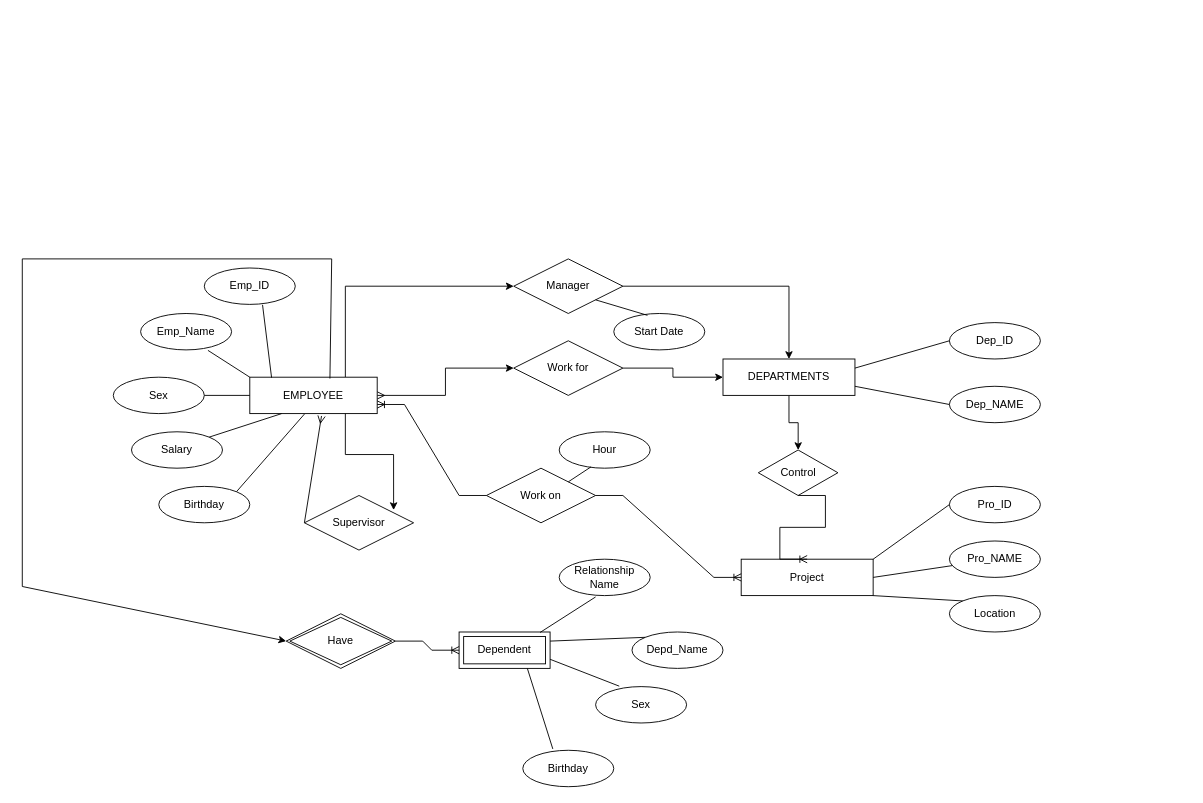
This is Biểu đồ không có tiêu đề.drawio from QuanTran05/ERD, a draw.io file, before an edit. Source tidied: cells renumbered, new cells numbered last; positions are measured from the earlier drawing's top-left corner, leaving out a move shared by most shapes. Both pictures are drawn from the tidied source at 91%, with x=0, y=0 at pixel (22, 258).
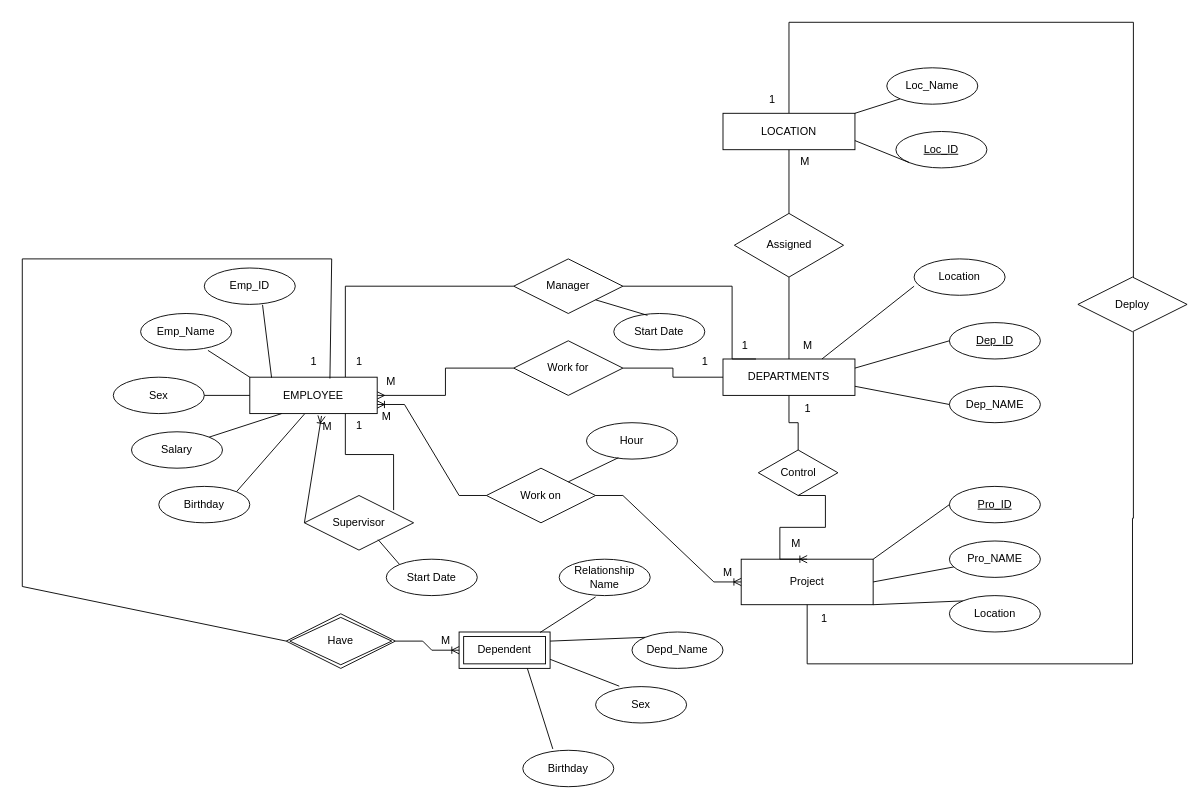
After the change.

Unchanged cells that the change refers to:
```xml
<mxCell id="3" value="DEPARTMENTS" style="whiteSpace=wrap;html=1;align=center;fontStyle=0;" parent="1" vertex="1">
  <mxGeometry x="770" y="110" width="145" height="40" as="geometry" />
</mxCell>
<mxCell id="8" value="EMPLOYEE" style="Entity;whiteSpace=wrap;html=1;align=center;fontStyle=0;" parent="1" vertex="1">
  <mxGeometry x="250" y="130" width="140" height="40" as="geometry" />
</mxCell>
<mxCell id="11" value="Control" style="shape=rhombus;perimeter=rhombusPerimeter;whiteSpace=wrap;html=1;align=center;strokeColor=default;verticalAlign=middle;fontFamily=Helvetica;fontSize=12;fontColor=default;fillColor=default;fontStyle=0;" parent="1" vertex="1">
  <mxGeometry x="808.8" y="210" width="87.5" height="50" as="geometry" />
</mxCell>
<mxCell id="33" value="Work for" style="shape=rhombus;perimeter=rhombusPerimeter;whiteSpace=wrap;html=1;align=center;strokeColor=default;verticalAlign=middle;fontFamily=Helvetica;fontSize=12;fontColor=default;fillColor=default;fontStyle=0;" parent="1" vertex="1">
  <mxGeometry x="540" y="90" width="120" height="60" as="geometry" />
</mxCell>
<mxCell id="44" value="Supervisor" style="shape=rhombus;perimeter=rhombusPerimeter;whiteSpace=wrap;html=1;align=center;fontStyle=0;" parent="1" vertex="1">
  <mxGeometry x="310" y="260" width="120" height="60" as="geometry" />
</mxCell>
<mxCell id="46" value="Have" style="shape=rhombus;double=1;perimeter=rhombusPerimeter;whiteSpace=wrap;html=1;align=center;" parent="1" vertex="1">
  <mxGeometry x="290" y="390" width="120" height="60" as="geometry" />
</mxCell>
<mxCell id="49" value="Manager" style="shape=rhombus;perimeter=rhombusPerimeter;whiteSpace=wrap;html=1;align=center;" parent="1" vertex="1">
  <mxGeometry x="540" width="120" height="60" as="geometry" />
</mxCell>
```

Diff of the diagram source:
```diff
@@
-    <mxCell id="2" style="edgeStyle=orthogonalEdgeStyle;rounded=0;jettySize=auto;html=1;" parent="1" edge="1" source="3" target="11">
+    <mxCell id="2" style="edgeStyle=orthogonalEdgeStyle;rounded=0;jettySize=auto;html=1;endArrow=none;startFill=0;" parent="1" edge="1" source="3" target="11">
       <mxGeometry relative="1" as="geometry" />
     </mxCell>
@@
-    <mxCell id="5" value="Dep_ID" style="ellipse;whiteSpace=wrap;html=1;align=center;fontStyle=0;" parent="1" vertex="1">
+    <mxCell id="5" value="&lt;u&gt;Dep_ID&lt;/u&gt;" style="ellipse;whiteSpace=wrap;html=1;align=center;fontStyle=0;" parent="1" vertex="1">
       <mxGeometry x="1018.8" y="70" width="100" height="40" as="geometry" />
     </mxCell>
-    <mxCell id="6" style="edgeStyle=orthogonalEdgeStyle;rounded=0;jettySize=auto;html=1;entryX=0;entryY=0.5;entryDx=0;entryDy=0;startArrow=ERmany;startFill=0;" parent="1" edge="1" source="8" target="33">
+    <mxCell id="6" style="edgeStyle=orthogonalEdgeStyle;rounded=0;jettySize=auto;html=1;entryX=0;entryY=0.5;entryDx=0;entryDy=0;startArrow=ERmany;startFill=0;endArrow=none;" parent="1" edge="1" source="8" target="33">
       <mxGeometry relative="1" as="geometry" />
     </mxCell>
-    <mxCell id="7" style="edgeStyle=orthogonalEdgeStyle;rounded=0;jettySize=auto;html=1;exitX=0.75;exitY=0;exitDx=0;exitDy=0;entryX=0;entryY=0.5;entryDx=0;entryDy=0;" parent="1" edge="1" source="8" target="49">
+    <mxCell id="7" style="edgeStyle=orthogonalEdgeStyle;rounded=0;jettySize=auto;html=1;exitX=0.75;exitY=0;exitDx=0;exitDy=0;entryX=0;entryY=0.5;entryDx=0;entryDy=0;endArrow=none;startFill=0;" parent="1" edge="1" source="8" target="49">
       <mxGeometry relative="1" as="geometry" />
     </mxCell>
@@
     <mxCell id="12" value="Project" style="whiteSpace=wrap;html=1;align=center;fontStyle=0;" parent="1" vertex="1">
-      <mxGeometry x="790" y="330" width="145" height="40" as="geometry" />
+      <mxGeometry x="790" y="330" width="145" height="50" as="geometry" />
     </mxCell>
-    <mxCell id="13" value="Pro_ID" style="ellipse;whiteSpace=wrap;html=1;align=center;fontStyle=0;" parent="1" vertex="1">
+    <mxCell id="13" value="&lt;u&gt;Pro_ID&lt;/u&gt;" style="ellipse;whiteSpace=wrap;html=1;align=center;fontStyle=0;" parent="1" vertex="1">
       <mxGeometry x="1018.8" y="250" width="100" height="40" as="geometry" />
     </mxCell>
@@
     <mxCell id="30" value="Hour" style="ellipse;whiteSpace=wrap;html=1;align=center;strokeColor=default;verticalAlign=middle;fontFamily=Helvetica;fontSize=12;fontColor=default;fillColor=default;fontStyle=0;" parent="1" vertex="1">
-      <mxGeometry x="590" y="190" width="100" height="40" as="geometry" />
+      <mxGeometry x="620" y="180" width="100" height="40" as="geometry" />
     </mxCell>
@@
-    <mxCell id="32" style="edgeStyle=orthogonalEdgeStyle;rounded=0;jettySize=auto;html=1;entryX=0;entryY=0.5;entryDx=0;entryDy=0;" parent="1" edge="1" source="33" target="3">
+    <mxCell id="32" style="edgeStyle=orthogonalEdgeStyle;rounded=0;jettySize=auto;html=1;entryX=0;entryY=0.5;entryDx=0;entryDy=0;endArrow=none;startFill=0;" parent="1" edge="1" source="33" target="3">
       <mxGeometry relative="1" as="geometry" />
     </mxCell>
@@
-    <mxCell id="43" style="endArrow=classic;html=1;rounded=0;fontFamily=Helvetica;fontSize=12;fontColor=default;exitX=0.629;exitY=0.037;exitDx=0;exitDy=0;exitPerimeter=0;fontStyle=0;align=center;entryX=0;entryY=0.5;entryDx=0;entryDy=0;endFill=1;" parent="1" edge="1" source="8" target="46">
+    <mxCell id="43" style="endArrow=none;html=1;rounded=0;fontFamily=Helvetica;fontSize=12;fontColor=default;exitX=0.629;exitY=0.037;exitDx=0;exitDy=0;exitPerimeter=0;fontStyle=0;align=center;entryX=0;entryY=0.5;entryDx=0;entryDy=0;endFill=1;startFill=0;" parent="1" edge="1" source="8" target="46">
       <mxGeometry relative="1" as="geometry">
         <Array as="points">
           <mxPoint x="340" />
           <mxPoint />
           <mxPoint y="360" />
         </Array>
       </mxGeometry>
     </mxCell>
@@
-    <mxCell id="45" style="endArrow=ERmany;html=1;rounded=0;fontFamily=Helvetica;fontSize=12;fontColor=default;entryX=0.563;entryY=1.065;entryDx=0;entryDy=0;fontStyle=0;align=center;exitX=0;exitY=0.5;exitDx=0;exitDy=0;entryPerimeter=0;endFill=0;" parent="1" edge="1" source="44" target="8">
+    <mxCell id="45" style="endArrow=ERoneToMany;html=1;rounded=0;fontFamily=Helvetica;fontSize=12;fontColor=default;entryX=0.563;entryY=1.065;entryDx=0;entryDy=0;fontStyle=0;align=center;exitX=0;exitY=0.5;exitDx=0;exitDy=0;entryPerimeter=0;endFill=0;startFill=0;" parent="1" edge="1" source="44" target="8">
       <mxGeometry relative="1" as="geometry" />
     </mxCell>
@@
-    <mxCell id="48" style="edgeStyle=orthogonalEdgeStyle;rounded=0;jettySize=auto;html=1;entryX=0.5;entryY=0;entryDx=0;entryDy=0;" parent="1" edge="1" source="49" target="3">
-      <mxGeometry relative="1" as="geometry" />
+    <mxCell id="48" style="edgeStyle=orthogonalEdgeStyle;rounded=0;jettySize=auto;html=1;entryX=0.25;entryY=0;entryDx=0;entryDy=0;endArrow=none;startFill=0;exitX=1;exitY=0.5;exitDx=0;exitDy=0;" parent="1" edge="1" source="49" target="3">
+      <mxGeometry relative="1" as="geometry">
+        <Array as="points">
+          <mxPoint x="780" y="30" />
+          <mxPoint x="780" y="110" />
+        </Array>
+      </mxGeometry>
     </mxCell>
@@
-    <mxCell id="55" style="edgeStyle=orthogonalEdgeStyle;rounded=0;jettySize=auto;html=1;exitX=0.75;exitY=1;exitDx=0;exitDy=0;entryX=0.817;entryY=0.267;entryDx=0;entryDy=0;entryPerimeter=0;" parent="1" edge="1" source="8" target="44">
+    <mxCell id="55" style="edgeStyle=orthogonalEdgeStyle;rounded=0;jettySize=auto;html=1;exitX=0.75;exitY=1;exitDx=0;exitDy=0;entryX=0.817;entryY=0.267;entryDx=0;entryDy=0;entryPerimeter=0;endArrow=none;startFill=0;" parent="1" edge="1" source="8" target="44">
       <mxGeometry relative="1" as="geometry" />
     </mxCell>
+    <mxCell id="56" style="endArrow=none;html=1;rounded=0;fontFamily=Helvetica;fontSize=12;fontColor=default;exitX=0.75;exitY=0;exitDx=0;exitDy=0;fontStyle=0;align=center;entryX=0;entryY=0.75;entryDx=0;entryDy=0;entryPerimeter=0;" parent="1" edge="1" source="3" target="57">
+      <mxGeometry relative="1" as="geometry" />
+    </mxCell>
+    <mxCell id="57" value="Location" style="ellipse;whiteSpace=wrap;html=1;align=center;fontStyle=0;" parent="1" vertex="1">
+      <mxGeometry x="980" width="100" height="40" as="geometry" />
+    </mxCell>
+    <mxCell id="58" style="edgeStyle=orthogonalEdgeStyle;rounded=0;jettySize=auto;html=1;exitX=0.5;exitY=1;exitDx=0;exitDy=0;entryX=0.5;entryY=0;entryDx=0;entryDy=0;endArrow=none;startFill=0;" parent="1" edge="1" source="60" target="62">
+      <mxGeometry relative="1" as="geometry" />
+    </mxCell>
+    <mxCell id="59" style="edgeStyle=orthogonalEdgeStyle;rounded=0;jettySize=auto;html=1;exitX=0.5;exitY=0;exitDx=0;exitDy=0;entryX=0.5;entryY=0;entryDx=0;entryDy=0;" parent="1" edge="1" source="60" target="72">
+      <mxGeometry relative="1" as="geometry">
+        <Array as="points">
+          <mxPoint x="843" y="-260" />
+          <mxPoint x="1221" y="-260" />
+          <mxPoint x="1221" y="50" />
+        </Array>
+      </mxGeometry>
+    </mxCell>
+    <mxCell id="60" value="LOCATION" style="whiteSpace=wrap;html=1;align=center;fontStyle=0;" parent="1" vertex="1">
+      <mxGeometry x="770" y="-160" width="145" height="40" as="geometry" />
+    </mxCell>
+    <mxCell id="61" style="edgeStyle=orthogonalEdgeStyle;rounded=0;jettySize=auto;html=1;endArrow=none;startFill=0;" parent="1" edge="1" source="62" target="3">
+      <mxGeometry relative="1" as="geometry" />
+    </mxCell>
+    <mxCell id="62" value="Assigned" style="shape=rhombus;perimeter=rhombusPerimeter;whiteSpace=wrap;html=1;align=center;" parent="1" vertex="1">
+      <mxGeometry x="782.5" y="-50" width="120" height="70" as="geometry" />
+    </mxCell>
+    <mxCell id="63" value="&lt;u&gt;Loc_ID&lt;/u&gt;" style="ellipse;whiteSpace=wrap;html=1;align=center;fontStyle=0;" parent="1" vertex="1">
+      <mxGeometry x="960" y="-140" width="100" height="40" as="geometry" />
+    </mxCell>
+    <mxCell id="64" value="Loc_Name" style="ellipse;whiteSpace=wrap;html=1;align=center;fontStyle=0;" parent="1" vertex="1">
+      <mxGeometry x="950" y="-210" width="100" height="40" as="geometry" />
+    </mxCell>
+    <mxCell id="65" style="endArrow=none;html=1;rounded=0;fontFamily=Helvetica;fontSize=12;fontColor=default;exitX=1;exitY=0.75;exitDx=0;exitDy=0;fontStyle=0;align=center;entryX=0;entryY=1;entryDx=0;entryDy=0;" parent="1" edge="1" source="60" target="63">
+      <mxGeometry relative="1" as="geometry" />
+    </mxCell>
+    <mxCell id="66" style="endArrow=none;html=1;rounded=0;fontFamily=Helvetica;fontSize=12;fontColor=default;exitX=1;exitY=0;exitDx=0;exitDy=0;fontStyle=0;align=center;entryX=0;entryY=1;entryDx=0;entryDy=0;" parent="1" edge="1" source="60" target="64">
+      <mxGeometry relative="1" as="geometry" />
+    </mxCell>
+    <mxCell id="67" value="Start Date" style="ellipse;whiteSpace=wrap;html=1;align=center;strokeColor=default;verticalAlign=middle;fontFamily=Helvetica;fontSize=12;fontColor=default;fillColor=default;fontStyle=0;" parent="1" vertex="1">
+      <mxGeometry x="400" y="330" width="100" height="40" as="geometry" />
+    </mxCell>
+    <mxCell id="68" style="endArrow=none;html=1;rounded=0;fontFamily=Helvetica;fontSize=12;fontColor=default;entryX=0;entryY=0;entryDx=0;entryDy=0;exitX=0.675;exitY=0.808;exitDx=0;exitDy=0;fontStyle=0;align=center;exitPerimeter=0;" parent="1" edge="1" source="44" target="67">
+      <mxGeometry relative="1" as="geometry" />
+    </mxCell>
+    <mxCell id="69" value="M" style="text;html=1;align=center;verticalAlign=middle;strokeColor=none;fillColor=none;" parent="1" vertex="1">
+      <mxGeometry x="847.5" y="80" width="30" height="30" as="geometry" />
+    </mxCell>
+    <mxCell id="70" value="M" style="text;html=1;align=center;verticalAlign=middle;strokeColor=none;fillColor=none;" parent="1" vertex="1">
+      <mxGeometry x="845" y="-122" width="30" height="30" as="geometry" />
+    </mxCell>
+    <mxCell id="71" style="edgeStyle=orthogonalEdgeStyle;rounded=0;jettySize=auto;html=1;exitX=0.508;exitY=1;exitDx=0;exitDy=0;exitPerimeter=0;entryX=0.5;entryY=1;entryDx=0;entryDy=0;endArrow=none;startFill=0;" parent="1" edge="1" source="72" target="12">
+      <mxGeometry relative="1" as="geometry">
+        <Array as="points">
+          <mxPoint x="1221" y="285" />
+          <mxPoint x="1220" y="445" />
+          <mxPoint x="863" y="445" />
+        </Array>
+      </mxGeometry>
+    </mxCell>
+    <mxCell id="72" value="Deploy" style="shape=rhombus;perimeter=rhombusPerimeter;whiteSpace=wrap;html=1;align=center;" parent="1" vertex="1">
+      <mxGeometry x="1160" y="20" width="120" height="60" as="geometry" />
+    </mxCell>
+    <mxCell id="73" value="1" style="text;html=1;align=center;verticalAlign=middle;strokeColor=none;fillColor=none;" parent="1" vertex="1">
+      <mxGeometry x="808.8" y="-190" width="30" height="30" as="geometry" />
+    </mxCell>
+    <mxCell id="74" value="1" style="text;html=1;align=center;verticalAlign=middle;strokeColor=none;fillColor=none;" parent="1" vertex="1">
+      <mxGeometry x="866.2" y="380" width="30" height="30" as="geometry" />
+    </mxCell>
+    <mxCell id="75" value="M" style="text;html=1;align=center;verticalAlign=middle;strokeColor=none;fillColor=none;" parent="1" vertex="1">
+      <mxGeometry x="390" y="120" width="30" height="30" as="geometry" />
+    </mxCell>
+    <mxCell id="76" value="1" style="text;html=1;align=center;verticalAlign=middle;strokeColor=none;fillColor=none;" parent="1" vertex="1">
+      <mxGeometry x="735" y="98" width="30" height="30" as="geometry" />
+    </mxCell>
+    <mxCell id="77" value="1" style="text;html=1;align=center;verticalAlign=middle;strokeColor=none;fillColor=none;" parent="1" vertex="1">
+      <mxGeometry x="355" y="98" width="30" height="30" as="geometry" />
+    </mxCell>
+    <mxCell id="78" value="1" style="text;html=1;align=center;verticalAlign=middle;strokeColor=none;fillColor=none;" parent="1" vertex="1">
+      <mxGeometry x="778.8" y="80" width="30" height="30" as="geometry" />
+    </mxCell>
+    <mxCell id="79" value="M" style="text;html=1;align=center;verticalAlign=middle;strokeColor=none;fillColor=none;" parent="1" vertex="1">
+      <mxGeometry x="760" y="330" width="30" height="30" as="geometry" />
+    </mxCell>
+    <mxCell id="80" value="M" style="text;html=1;align=center;verticalAlign=middle;strokeColor=none;fillColor=none;" parent="1" vertex="1">
+      <mxGeometry x="385" y="158" width="30" height="30" as="geometry" />
+    </mxCell>
+    <mxCell id="81" value="M" style="text;html=1;align=center;verticalAlign=middle;strokeColor=none;fillColor=none;" parent="1" vertex="1">
+      <mxGeometry x="450" y="405" width="30" height="30" as="geometry" />
+    </mxCell>
+    <mxCell id="82" value="1" style="text;html=1;align=center;verticalAlign=middle;strokeColor=none;fillColor=none;" parent="1" vertex="1">
+      <mxGeometry x="305" y="98" width="30" height="30" as="geometry" />
+    </mxCell>
+    <mxCell id="83" value="1" style="text;html=1;align=center;verticalAlign=middle;strokeColor=none;fillColor=none;" parent="1" vertex="1">
+      <mxGeometry x="847.5" y="150" width="30" height="30" as="geometry" />
+    </mxCell>
+    <mxCell id="84" value="M" style="text;html=1;align=center;verticalAlign=middle;strokeColor=none;fillColor=none;" parent="1" vertex="1">
+      <mxGeometry x="835" y="298" width="30" height="30" as="geometry" />
+    </mxCell>
+    <mxCell id="85" value="1" style="text;html=1;align=center;verticalAlign=middle;strokeColor=none;fillColor=none;" parent="1" vertex="1">
+      <mxGeometry x="355" y="168" width="30" height="30" as="geometry" />
+    </mxCell>
+    <mxCell id="86" value="M" style="text;html=1;align=center;verticalAlign=middle;strokeColor=none;fillColor=none;" parent="1" vertex="1">
+      <mxGeometry x="320" y="170" width="30" height="30" as="geometry" />
+    </mxCell>
```
